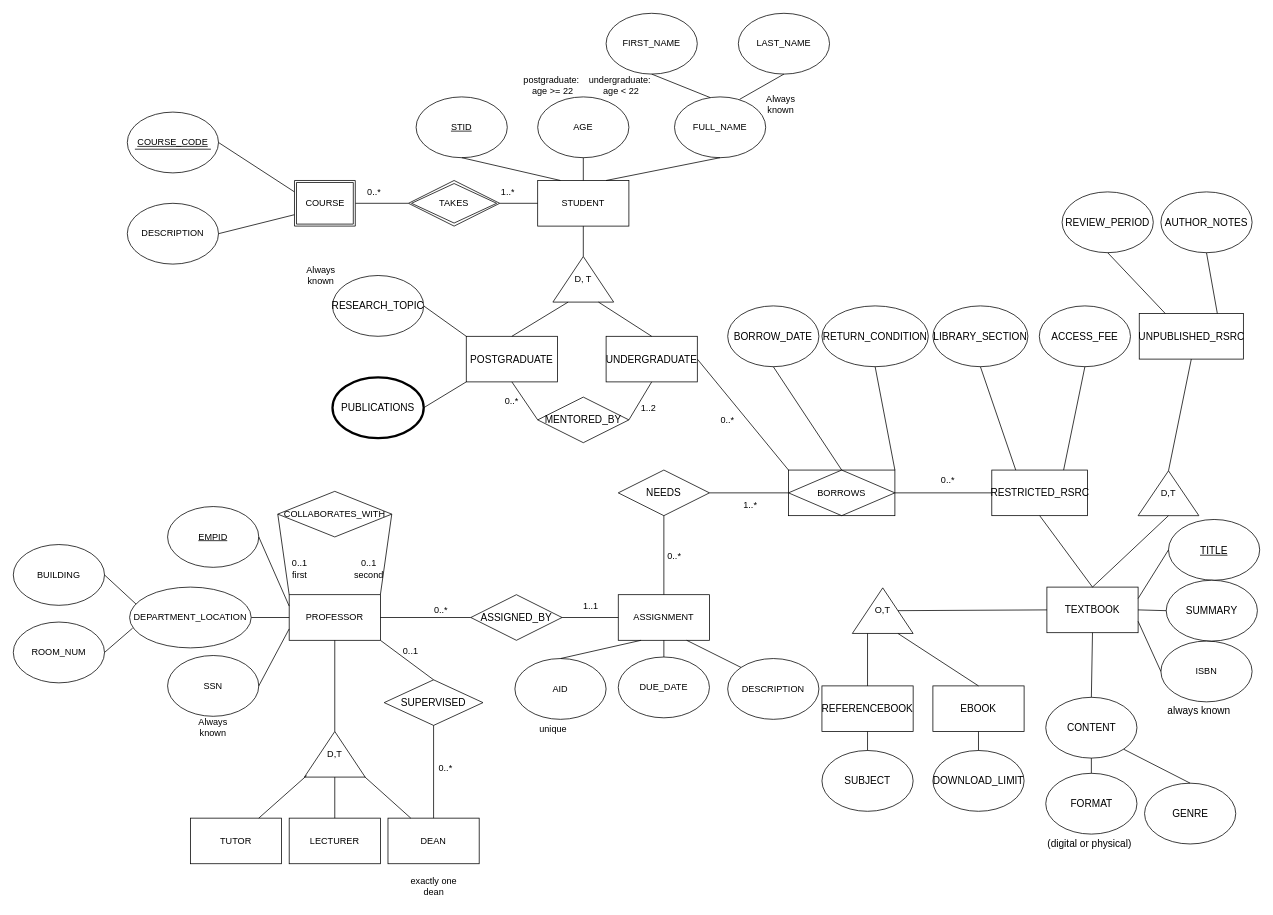
This is DM-HW1_Janis & Cuihuan.drawio from us-ja/Data_Management, a draw.io file, before an edit. Source tidied: cells renumbered, new cells numbered last; positions are measured from the earlier drawing's top-left corner, leaving out a move shared by most shapes. Both pictures are drawn from the tidied source at 76%, with x=0, y=0 at pixel (13, 13).
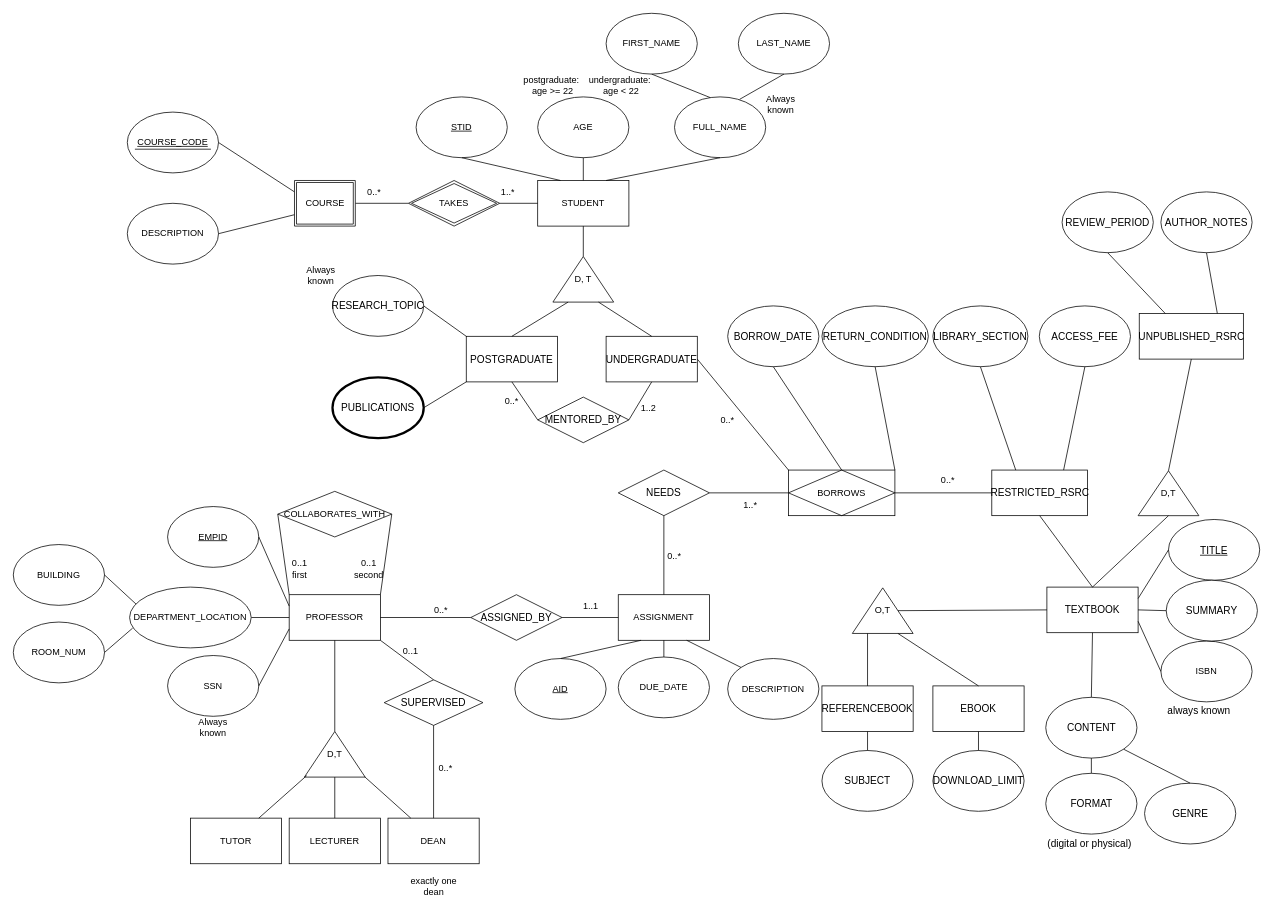
The same page after the edit.

Commit message:
primary key aid for assignment

Diff of the diagram source:
```diff
@@
-    <mxCell id="35" value="AID" style="ellipse;whiteSpace=wrap;html=1;fontStyle=0;" parent="1" vertex="1">
+    <mxCell id="35" value="&lt;u&gt;AID&lt;/u&gt;" style="ellipse;whiteSpace=wrap;html=1;fontStyle=0;" parent="1" vertex="1">
       <mxGeometry x="660" y="849" width="120" height="80" as="geometry" />
     </mxCell>
@@
-    <mxCell id="99" value="unique" style="text;html=1;align=center;verticalAlign=middle;strokeColor=none;fillColor=none;" parent="1" vertex="1">
-      <mxGeometry x="680" y="927" width="60" height="30" as="geometry" />
-    </mxCell>
```
